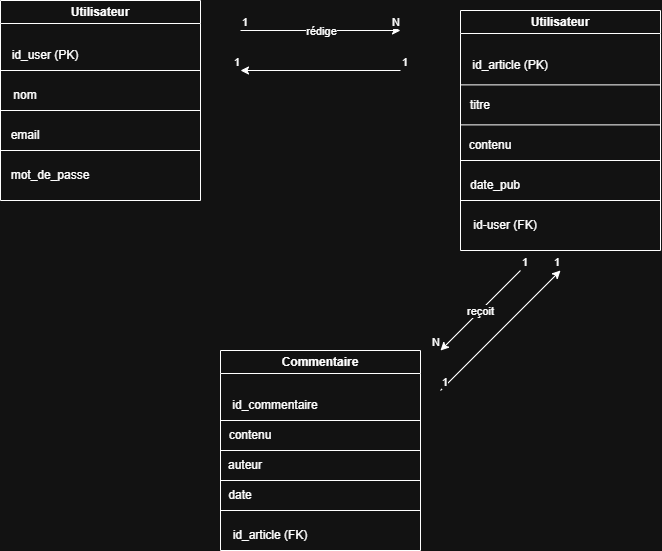
Above: Prototype MLD.png in Pikichtaine/MySQL-Workbench (draw.io), before the change. Source tidied: cells renumbered, new cells last; positions are measured from the earlier drawing's top-left corner, leaving out a move shared by most shapes.
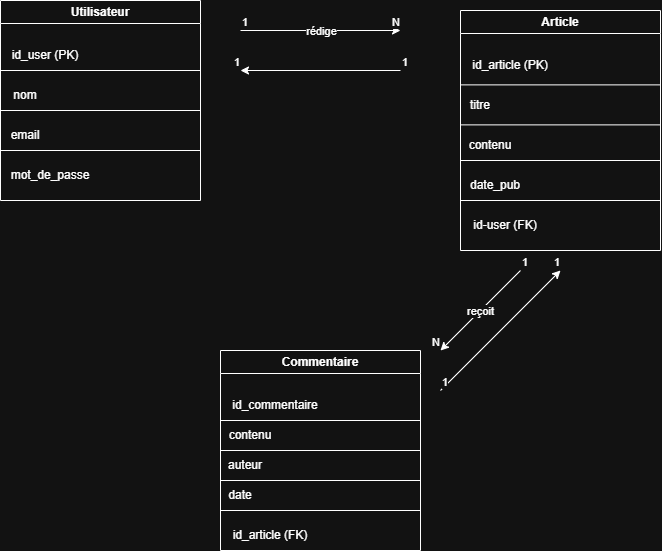
The same diagram one commit later.

Diff of the diagram source:
```diff
@@ -104,7 +104,7 @@
     <mxCell id="29" style="endArrow=none;html=1;rounded=0;exitX=0;exitY=0.75;exitDx=0;exitDy=0;entryX=1;entryY=0.75;entryDx=0;entryDy=0;" parent="1" edge="1" source="2" target="2">
       <mxGeometry relative="1" as="geometry" />
     </mxCell>
-    <mxCell id="30" value="Utilisateur" style="swimlane;whiteSpace=wrap;html=1;shadow=0;" parent="1" vertex="1">
+    <mxCell id="30" value="Article" style="swimlane;whiteSpace=wrap;html=1;shadow=0;" parent="1" vertex="1">
       <mxGeometry x="460" y="10" width="200" height="240" as="geometry" />
     </mxCell>
     <mxCell id="31" value="id_article (PK)" style="text;html=1;whiteSpace=wrap;strokeColor=none;fillColor=none;align=center;verticalAlign=middle;rounded=0;" parent="30" vertex="1">
```
